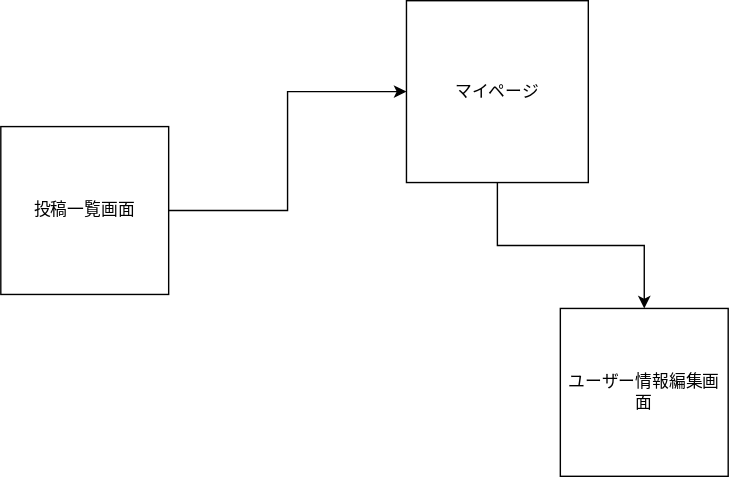
The draw.io diagram 画面遷移図.drawio.svg in Nakagawa-216/share-out, before a commit. Source tidied: cells renumbered, new cells last; positions are measured from the earlier drawing's top-left corner, leaving out a move shared by most shapes.
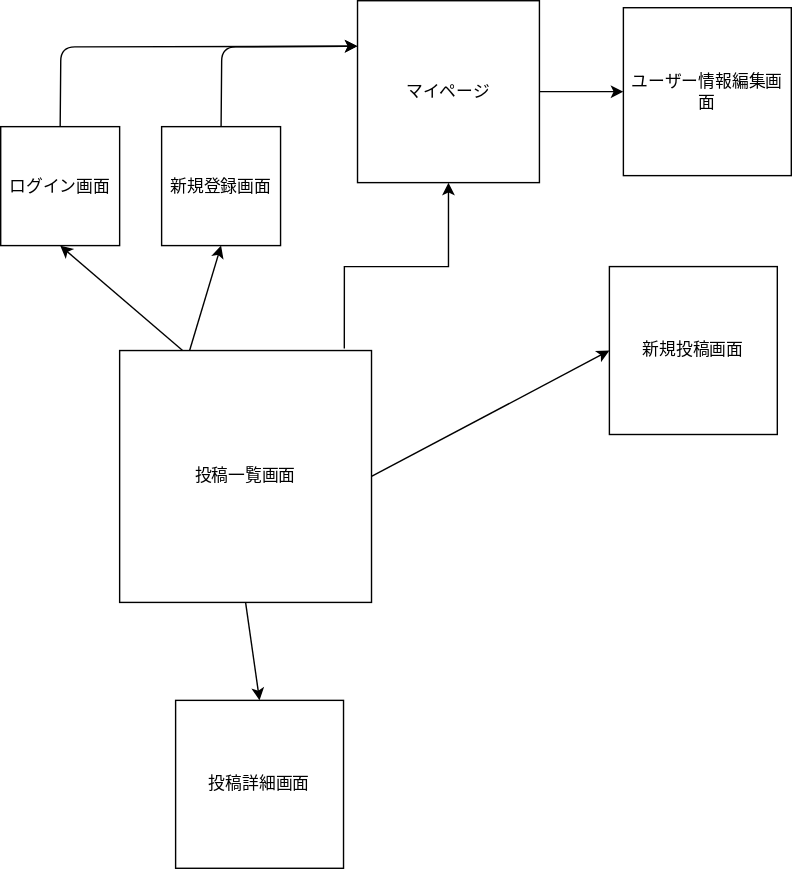
After the commit.

Change to the diagram source:
```diff
@@ -2,20 +2,60 @@
   <root>
     <mxCell id="0" />
     <mxCell id="1" parent="0" />
-    <mxCell id="2" style="edgeStyle=orthogonalEdgeStyle;rounded=0;jettySize=auto;html=1;exitX=1;exitY=0.5;exitDx=0;exitDy=0;entryX=0;entryY=0.5;entryDx=0;entryDy=0;" parent="1" edge="1" source="3" target="5">
+    <mxCell id="2" style="edgeStyle=orthogonalEdgeStyle;rounded=0;jettySize=auto;html=1;entryX=0.5;entryY=1;entryDx=0;entryDy=0;exitX=0.892;exitY=-0.008;exitDx=0;exitDy=0;exitPerimeter=0;" parent="1" edge="1" source="3" target="5">
       <mxGeometry relative="1" as="geometry" />
     </mxCell>
+    <mxCell id="7" style="edgeStyle=none;html=1;exitX=0.5;exitY=1;exitDx=0;exitDy=0;entryX=0.5;entryY=0;entryDx=0;entryDy=0;" parent="1" edge="1" source="3" target="10">
+      <mxGeometry relative="1" as="geometry" />
+    </mxCell>
+    <mxCell id="8" style="edgeStyle=none;html=1;exitX=1;exitY=0.5;exitDx=0;exitDy=0;entryX=0;entryY=0.5;entryDx=0;entryDy=0;" parent="1" edge="1" source="3" target="11">
+      <mxGeometry relative="1" as="geometry" />
+    </mxCell>
+    <mxCell id="9" style="edgeStyle=none;html=1;entryX=0.5;entryY=1;entryDx=0;entryDy=0;" parent="1" edge="1" target="16">
+      <mxGeometry relative="1" as="geometry">
+        <mxPoint x="-10" y="90" as="sourcePoint" />
+      </mxGeometry>
+    </mxCell>
     <mxCell id="3" value="投稿一覧画面" style="whiteSpace=wrap;html=1;" parent="1" vertex="1">
-      <mxGeometry y="90" width="120" height="120" as="geometry" />
+      <mxGeometry x="-60" y="90" width="180" height="180" as="geometry" />
     </mxCell>
     <mxCell id="4" style="edgeStyle=orthogonalEdgeStyle;rounded=0;jettySize=auto;html=1;" parent="1" edge="1" source="5" target="6">
       <mxGeometry relative="1" as="geometry" />
     </mxCell>
     <mxCell id="5" value="マイページ" style="whiteSpace=wrap;html=1;" parent="1" vertex="1">
-      <mxGeometry x="290" width="130" height="130" as="geometry" />
+      <mxGeometry x="110" y="-160" width="130" height="130" as="geometry" />
     </mxCell>
     <mxCell id="6" value="ユーザー情報編集画面" style="whiteSpace=wrap;html=1;" parent="1" vertex="1">
-      <mxGeometry x="400" y="220" width="120" height="120" as="geometry" />
+      <mxGeometry x="300" y="-155" width="120" height="120" as="geometry" />
     </mxCell>
+    <mxCell id="10" value="投稿詳細画面" style="whiteSpace=wrap;html=1;" parent="1" vertex="1">
+      <mxGeometry x="-20" y="340" width="120" height="120" as="geometry" />
+    </mxCell>
+    <mxCell id="11" value="新規投稿画面" style="whiteSpace=wrap;html=1;" parent="1" vertex="1">
+      <mxGeometry x="290" y="30" width="120" height="120" as="geometry" />
+    </mxCell>
+    <mxCell id="12" style="edgeStyle=none;html=1;entryX=0.5;entryY=1;entryDx=0;entryDy=0;exitX=0.25;exitY=0;exitDx=0;exitDy=0;" parent="1" edge="1" source="3" target="14">
+      <mxGeometry relative="1" as="geometry" />
+    </mxCell>
+    <mxCell id="13" style="edgeStyle=none;html=1;exitX=0.5;exitY=0;exitDx=0;exitDy=0;entryX=0;entryY=0.25;entryDx=0;entryDy=0;" parent="1" edge="1" source="14" target="5">
+      <mxGeometry relative="1" as="geometry">
+        <Array as="points">
+          <mxPoint x="-102" y="-127" />
+        </Array>
+      </mxGeometry>
+    </mxCell>
+    <mxCell id="14" value="ログイン画面" style="whiteSpace=wrap;html=1;" parent="1" vertex="1">
+      <mxGeometry x="-145" y="-70" width="85" height="85" as="geometry" />
+    </mxCell>
+    <mxCell id="15" style="edgeStyle=none;html=1;exitX=0.5;exitY=0;exitDx=0;exitDy=0;entryX=0;entryY=0.25;entryDx=0;entryDy=0;" parent="1" edge="1" source="16" target="5">
+      <mxGeometry relative="1" as="geometry">
+        <Array as="points">
+          <mxPoint x="13" y="-127" />
+        </Array>
+      </mxGeometry>
+    </mxCell>
+    <mxCell id="16" value="新規登録画面" style="whiteSpace=wrap;html=1;" parent="1" vertex="1">
+      <mxGeometry x="-30" y="-70" width="85" height="85" as="geometry" />
+    </mxCell>
   </root>
 </mxGraphModel>
```
